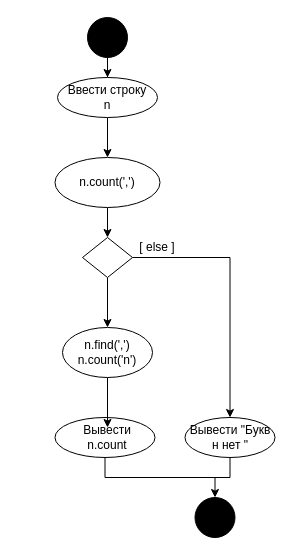
hubieva-a/lab5 keeps this draw.io diagram as Diagram2.drawio. Above is the earlier version. Source tidied: cells renumbered, new cells numbered last; positions are measured from the earlier drawing's top-left corner, leaving out a move shared by most shapes. Both pictures are drawn from the tidied source at 100%, with x=0, y=0 at pixel (55, 17).
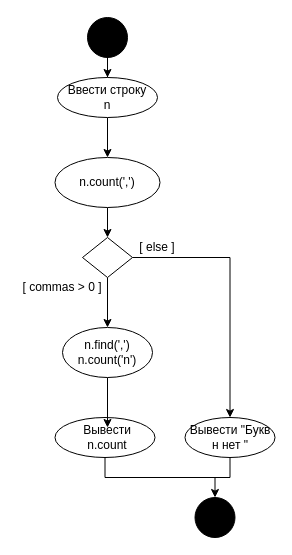
After the change.

What changed in the source:
```diff
@@
+    <mxCell id="24" value="[ commas &amp;gt; 0 ]" style="text;html=1;strokeColor=none;fillColor=none;align=center;verticalAlign=middle;whiteSpace=wrap;rounded=0;" parent="1" vertex="1">
+      <mxGeometry x="-38" y="260" width="90" height="20" as="geometry" />
+    </mxCell>
```
